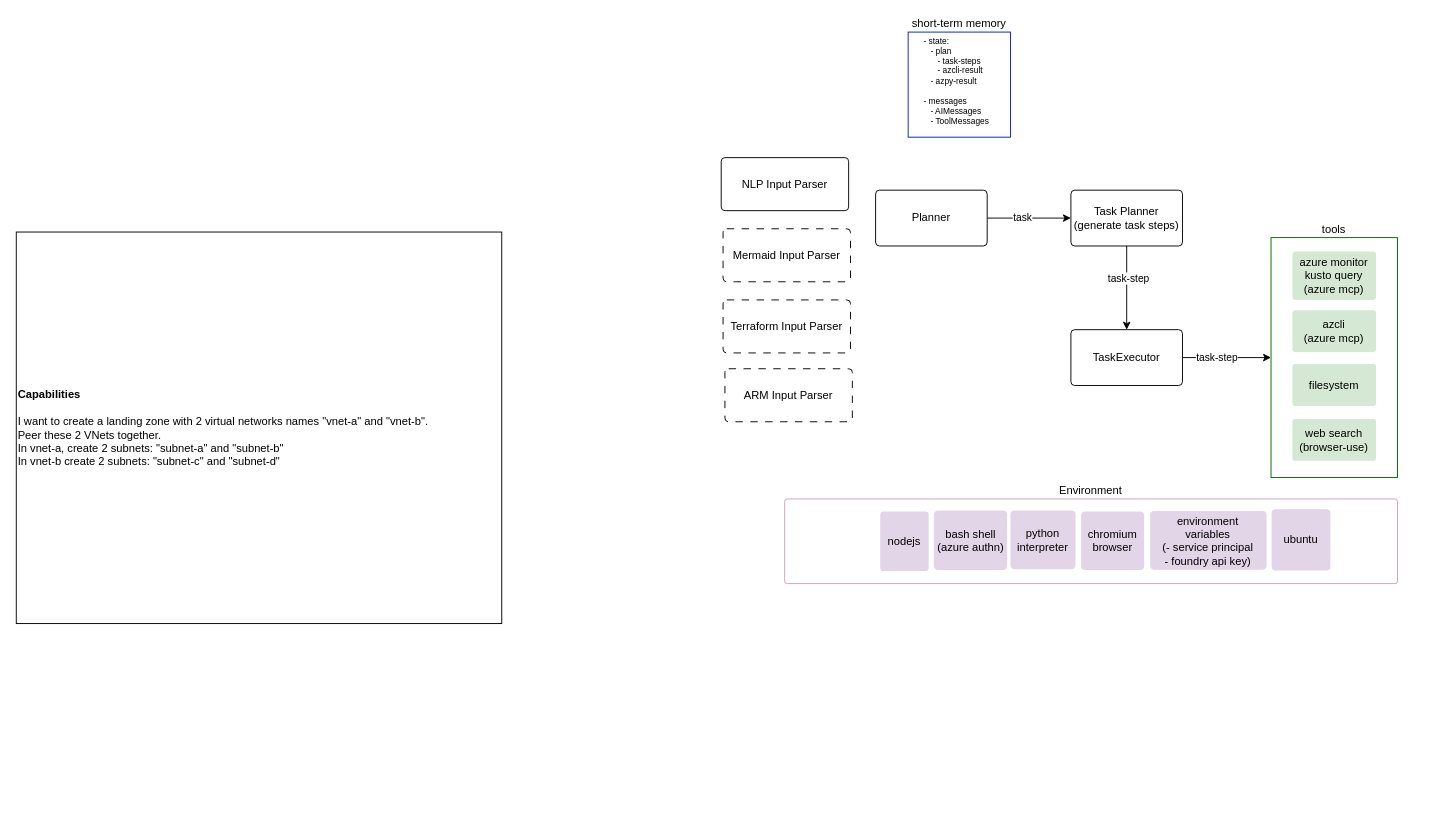
weixian-zhang/lena.ai keeps this draw.io diagram as docs/system_design.drawio. Above is the earlier version. Source tidied: cells renumbered, new cells numbered last; positions are measured from the earlier drawing's top-left corner, leaving out a move shared by most shapes. Both pictures are drawn from the tidied source at 93%, with x=0, y=0 at pixel (16, 32).
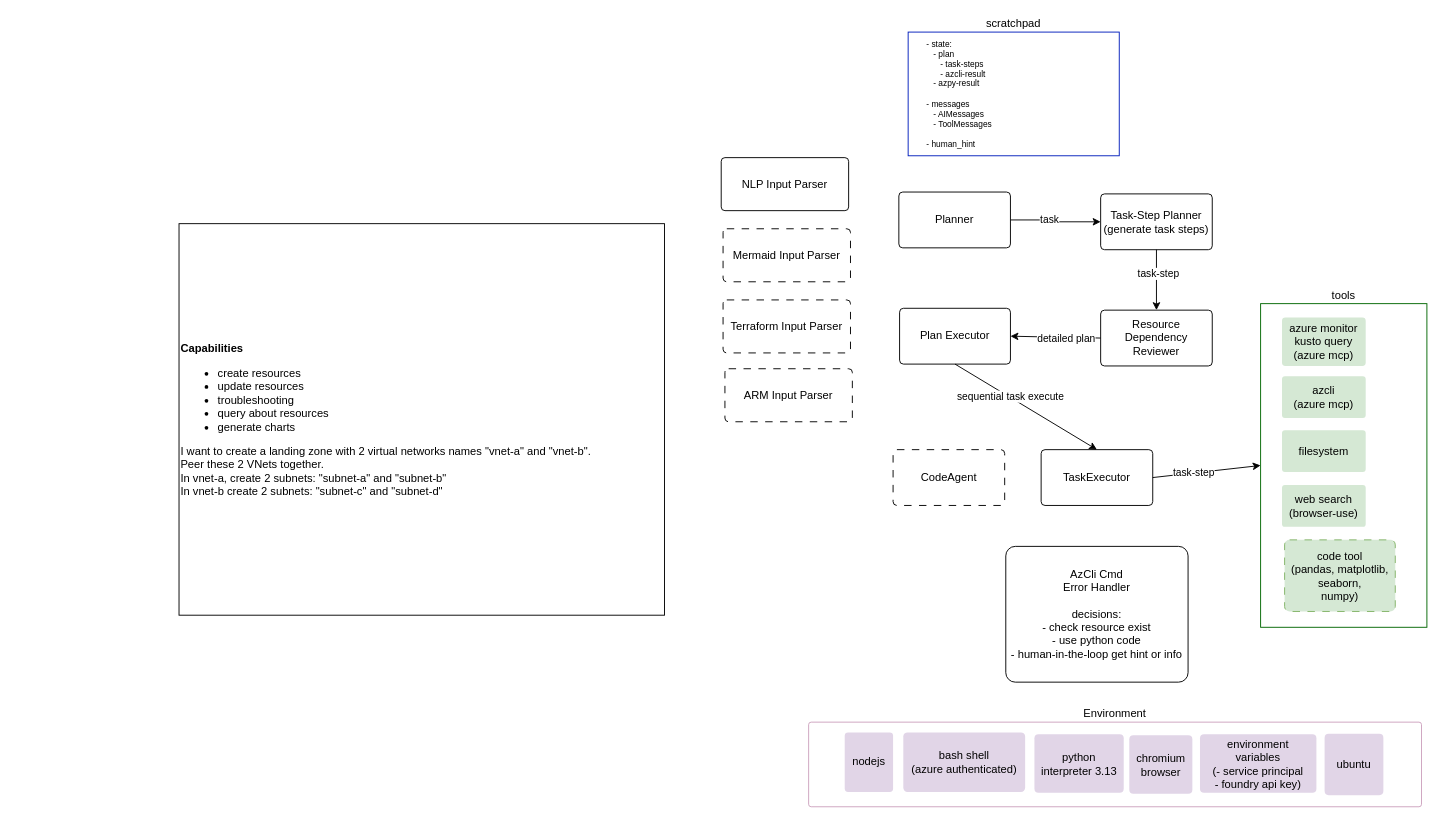
Above is the later version.

Commit message (it also covers changes not shown here):
fixed az_shell to execute multiple commands with stdout and stderr read for each command

Change to the diagram source:
```diff
@@
-    <mxCell id="2" value="short-term memory" style="rounded=0;whiteSpace=wrap;html=1;fillColor=none;labelPosition=center;verticalLabelPosition=top;align=center;verticalAlign=bottom;strokeColor=#001DBC;fontColor=#000000;" parent="1" vertex="1">
-      <mxGeometry x="959" width="110" height="113" as="geometry" />
+    <mxCell id="2" value="scratchpad" style="rounded=0;whiteSpace=wrap;html=1;fillColor=none;labelPosition=center;verticalLabelPosition=top;align=center;verticalAlign=bottom;strokeColor=#001DBC;fontColor=#000000;" parent="1" vertex="1">
+      <mxGeometry x="959" width="227" height="133" as="geometry" />
     </mxCell>
     <mxCell id="3" value="tools" style="rounded=0;whiteSpace=wrap;html=1;fillColor=none;labelPosition=center;verticalLabelPosition=top;align=center;verticalAlign=bottom;strokeColor=#006600;" parent="1" vertex="1">
-      <mxGeometry x="1349.2" y="221" width="136" height="258" as="geometry" />
+      <mxGeometry x="1338" y="292" width="178.8" height="348" as="geometry" />
     </mxCell>
     <mxCell id="4" value="Environment" style="rounded=1;whiteSpace=wrap;html=1;arcSize=3;fillColor=none;strokeColor=#CDA2BE;labelPosition=center;verticalLabelPosition=top;align=center;verticalAlign=bottom;" parent="1" vertex="1">
-      <mxGeometry x="826.2" y="502" width="659" height="91" as="geometry" />
+      <mxGeometry x="852" y="742" width="659" height="91" as="geometry" />
     </mxCell>
@@
     <mxCell id="7" value="Planner" style="rounded=1;whiteSpace=wrap;html=1;arcSize=7;" parent="1" vertex="1">
-      <mxGeometry x="924" y="170" width="120" height="60" as="geometry" />
+      <mxGeometry x="949" y="172" width="120" height="60" as="geometry" />
     </mxCell>
     <mxCell id="8" value="TaskExecutor" style="rounded=1;whiteSpace=wrap;html=1;arcSize=7;" parent="1" vertex="1">
-      <mxGeometry x="1134" y="320" width="120" height="60" as="geometry" />
+      <mxGeometry x="1102" y="449" width="120" height="60" as="geometry" />
     </mxCell>
     <mxCell id="9" value="azcli&lt;div&gt;(azure mcp)&lt;/div&gt;" style="rounded=1;whiteSpace=wrap;html=1;arcSize=7;fillColor=#d5e8d4;strokeColor=none;" parent="1" vertex="1">
-      <mxGeometry x="1372.2" y="299" width="90" height="45" as="geometry" />
+      <mxGeometry x="1361" y="370" width="90" height="45" as="geometry" />
     </mxCell>
     <mxCell id="10" value="filesystem" style="rounded=1;whiteSpace=wrap;html=1;arcSize=7;fillColor=#d5e8d4;strokeColor=none;" parent="1" vertex="1">
-      <mxGeometry x="1372.2" y="357" width="90" height="45" as="geometry" />
+      <mxGeometry x="1361" y="428" width="90" height="45" as="geometry" />
     </mxCell>
     <mxCell id="11" value="azure monitor&lt;div&gt;kusto query&lt;/div&gt;&lt;div&gt;(azure mcp)&lt;/div&gt;" style="rounded=1;whiteSpace=wrap;html=1;arcSize=7;fillColor=#d5e8d4;strokeColor=none;" parent="1" vertex="1">
-      <mxGeometry x="1372.2" y="236" width="90" height="52" as="geometry" />
+      <mxGeometry x="1361" y="307" width="90" height="52" as="geometry" />
     </mxCell>
-    <mxCell id="12" value="bash shell&lt;div&gt;(azure authn)&lt;/div&gt;" style="rounded=1;whiteSpace=wrap;html=1;arcSize=7;fillColor=#e1d5e7;strokeColor=none;" parent="1" vertex="1">
-      <mxGeometry x="986.6" y="514.5" width="78.8" height="64" as="geometry" />
+    <mxCell id="12" value="bash shell&lt;div&gt;(azure authenticated)&lt;/div&gt;" style="rounded=1;whiteSpace=wrap;html=1;arcSize=7;fillColor=#e1d5e7;strokeColor=none;" parent="1" vertex="1">
+      <mxGeometry x="953.8" y="753" width="131" height="64" as="geometry" />
     </mxCell>
-    <mxCell id="13" value="python&lt;div&gt;interpreter&lt;/div&gt;" style="rounded=1;whiteSpace=wrap;html=1;arcSize=7;fillColor=#e1d5e7;strokeColor=none;" parent="1" vertex="1">
-      <mxGeometry x="1069" y="514.5" width="70" height="63" as="geometry" />
+    <mxCell id="13" value="python&lt;div&gt;interpreter&amp;nbsp;&lt;span style=&quot;background-color: transparent; color: light-dark(rgb(0, 0, 0), rgb(255, 255, 255));&quot;&gt;3.13&lt;/span&gt;&lt;/div&gt;" style="rounded=1;whiteSpace=wrap;html=1;arcSize=7;fillColor=#e1d5e7;strokeColor=none;" parent="1" vertex="1">
+      <mxGeometry x="1094.8" y="755" width="96" height="63" as="geometry" />
     </mxCell>
     <mxCell id="14" value="ubuntu" style="rounded=1;whiteSpace=wrap;html=1;arcSize=7;fillColor=#e1d5e7;strokeColor=none;" parent="1" vertex="1">
-      <mxGeometry x="1349.8" y="513" width="63.2" height="66" as="geometry" />
+      <mxGeometry x="1406.8" y="754.5" width="63.2" height="66" as="geometry" />
     </mxCell>
-    <mxCell id="15" value="Task Planner&lt;div&gt;(generate task steps)&lt;/div&gt;" style="rounded=1;whiteSpace=wrap;html=1;arcSize=7;" parent="1" vertex="1">
-      <mxGeometry x="1134" y="170" width="120" height="60" as="geometry" />
+    <mxCell id="15" value="Task-Step Planner&lt;div&gt;(generate task steps)&lt;/div&gt;" style="rounded=1;whiteSpace=wrap;html=1;arcSize=7;" parent="1" vertex="1">
+      <mxGeometry x="1166" y="174" width="120" height="60" as="geometry" />
     </mxCell>
     <mxCell id="16" value="chromium&lt;div&gt;browser&lt;/div&gt;" style="rounded=1;whiteSpace=wrap;html=1;arcSize=7;fillColor=#e1d5e7;strokeColor=none;" parent="1" vertex="1">
-      <mxGeometry x="1145" y="515.5" width="67.8" height="63" as="geometry" />
+      <mxGeometry x="1196.8" y="756" width="67.8" height="63" as="geometry" />
     </mxCell>
     <mxCell id="17" value="&lt;div&gt;web search&lt;/div&gt;(browser-use)" style="rounded=1;whiteSpace=wrap;html=1;arcSize=7;fillColor=#d5e8d4;strokeColor=none;" parent="1" vertex="1">
-      <mxGeometry x="1372.2" y="416" width="90" height="45" as="geometry" />
+      <mxGeometry x="1361" y="487" width="90" height="45" as="geometry" />
     </mxCell>
     <mxCell id="18" value="environment&lt;div&gt;variables&lt;/div&gt;&lt;div&gt;(- service principal&lt;/div&gt;&lt;div&gt;- foundry api key)&lt;/div&gt;" style="rounded=1;whiteSpace=wrap;html=1;arcSize=7;fillColor=#e1d5e7;strokeColor=none;" parent="1" vertex="1">
-      <mxGeometry x="1219.2" y="515" width="125.2" height="63" as="geometry" />
+      <mxGeometry x="1272.8" y="755" width="125.2" height="63" as="geometry" />
     </mxCell>
-    <mxCell id="19" value="&lt;div&gt;&lt;b&gt;Capabilities&lt;/b&gt;&lt;/div&gt;&lt;div&gt;&lt;br&gt;&lt;/div&gt;I want to create a landing zone with 2 virtual networks names &quot;vnet-a&quot; and &quot;vnet-b&quot;.&lt;div&gt;Peer these 2 VNets together.&lt;/div&gt;&lt;div&gt;In vnet-a, create 2 subnets: &quot;subnet-a&quot; and &quot;subnet-b&quot;&lt;/div&gt;&lt;div&gt;In vnet-b create 2 subnets: &quot;subnet-c&quot; and &quot;subnet-d&quot;&lt;/div&gt;" style="text;html=1;whiteSpace=wrap;strokeColor=default;fillColor=none;align=left;verticalAlign=middle;rounded=0;labelPosition=center;verticalLabelPosition=middle;" parent="1" vertex="1">
-      <mxGeometry y="215" width="522" height="421" as="geometry" />
+    <mxCell id="19" value="&lt;div&gt;&lt;b&gt;Capabilities&lt;/b&gt;&lt;/div&gt;&lt;div&gt;&lt;ul&gt;&lt;li&gt;create resources&lt;/li&gt;&lt;li&gt;update resources&lt;/li&gt;&lt;li&gt;troubleshooting&lt;/li&gt;&lt;li&gt;query about resources&lt;/li&gt;&lt;li&gt;generate charts&lt;/li&gt;&lt;/ul&gt;&lt;/div&gt;I want to create a landing zone with 2 virtual networks names &quot;vnet-a&quot; and &quot;vnet-b&quot;.&lt;div&gt;Peer these 2 VNets together.&lt;/div&gt;&lt;div&gt;In vnet-a, create 2 subnets: &quot;subnet-a&quot; and &quot;subnet-b&quot;&lt;/div&gt;&lt;div&gt;In vnet-b create 2 subnets: &quot;subnet-c&quot; and &quot;subnet-d&quot;&lt;/div&gt;" style="text;html=1;whiteSpace=wrap;strokeColor=default;fillColor=none;align=left;verticalAlign=middle;rounded=0;labelPosition=center;verticalLabelPosition=middle;" parent="1" vertex="1">
+      <mxGeometry x="175" y="206" width="522" height="421" as="geometry" />
     </mxCell>
@@
-    <mxCell id="24" value="&lt;div&gt;- state:&lt;/div&gt;&amp;nbsp; &amp;nbsp;- plan&lt;div&gt;&amp;nbsp; &amp;nbsp; &amp;nbsp; - task-steps&lt;/div&gt;&lt;div&gt;&amp;nbsp; &amp;nbsp;&lt;span style=&quot;background-color: transparent; color: light-dark(rgb(0, 0, 0), rgb(255, 255, 255));&quot;&gt;&amp;nbsp; &amp;nbsp;- azcli-result&lt;/span&gt;&lt;/div&gt;&lt;div&gt;&amp;nbsp; &amp;nbsp;- azpy-result&lt;/div&gt;&lt;div&gt;&lt;br&gt;&lt;/div&gt;&lt;div&gt;- messages&lt;/div&gt;&lt;div&gt;&amp;nbsp; &amp;nbsp;- AIMessages&lt;/div&gt;&lt;div&gt;&amp;nbsp; &amp;nbsp;- ToolMessages&lt;/div&gt;" style="text;html=1;whiteSpace=wrap;strokeColor=none;fillColor=none;align=left;verticalAlign=middle;rounded=0;fontSize=9;" parent="1" vertex="1">
-      <mxGeometry x="974" y="14" width="104" height="78" as="geometry" />
+    <mxCell id="24" value="&lt;div&gt;- state:&lt;/div&gt;&amp;nbsp; &amp;nbsp;- plan&lt;div&gt;&amp;nbsp; &amp;nbsp; &amp;nbsp; - task-steps&lt;/div&gt;&lt;div&gt;&amp;nbsp; &amp;nbsp;&lt;span style=&quot;background-color: transparent; color: light-dark(rgb(0, 0, 0), rgb(255, 255, 255));&quot;&gt;&amp;nbsp; &amp;nbsp;- azcli-result&lt;/span&gt;&lt;/div&gt;&lt;div&gt;&amp;nbsp; &amp;nbsp;- azpy-result&lt;/div&gt;&lt;div&gt;&lt;br&gt;&lt;/div&gt;&lt;div&gt;- messages&lt;/div&gt;&lt;div&gt;&amp;nbsp; &amp;nbsp;- AIMessages&lt;/div&gt;&lt;div&gt;&amp;nbsp; &amp;nbsp;- ToolMessages&lt;/div&gt;&lt;div&gt;&lt;br&gt;&lt;/div&gt;&lt;div&gt;- human_hint&lt;/div&gt;" style="text;html=1;whiteSpace=wrap;strokeColor=none;fillColor=none;align=left;verticalAlign=middle;rounded=0;fontSize=9;" parent="1" vertex="1">
+      <mxGeometry x="977" y="27.5" width="104" height="78" as="geometry" />
     </mxCell>
-    <mxCell id="25" style="endArrow=classic;html=1;rounded=0;entryX=0.5;entryY=0;entryDx=0;entryDy=0;exitX=0.5;exitY=1;exitDx=0;exitDy=0;" parent="1" edge="1" source="15" target="8">
+    <mxCell id="25" style="endArrow=classic;html=1;rounded=0;entryX=0.5;entryY=0;entryDx=0;entryDy=0;exitX=0.5;exitY=1;exitDx=0;exitDy=0;" parent="1" edge="1" source="15" target="30">
       <mxGeometry relative="1" as="geometry" />
     </mxCell>
@@
     <mxCell id="29" value="nodejs" style="rounded=1;whiteSpace=wrap;html=1;arcSize=7;fillColor=#e1d5e7;strokeColor=none;" parent="1" vertex="1">
-      <mxGeometry x="929" y="515.5" width="52" height="64" as="geometry" />
+      <mxGeometry x="890.8" y="753" width="52" height="64" as="geometry" />
     </mxCell>
+    <mxCell id="30" value="Resource Dependency&lt;div&gt;Reviewer&lt;/div&gt;" style="rounded=1;whiteSpace=wrap;html=1;arcSize=7;" parent="1" vertex="1">
+      <mxGeometry x="1166" y="299" width="120" height="60" as="geometry" />
+    </mxCell>
+    <mxCell id="31" value="CodeAgent" style="rounded=1;whiteSpace=wrap;html=1;arcSize=7;dashed=1;dashPattern=8 8;" parent="1" vertex="1">
+      <mxGeometry x="942.8" y="449" width="120" height="60" as="geometry" />
+    </mxCell>
+    <mxCell id="32" value="code tool&lt;div&gt;(pandas, matplotlib,&lt;/div&gt;&lt;div&gt;seaborn,&lt;/div&gt;&lt;div&gt;numpy)&lt;/div&gt;" style="rounded=1;whiteSpace=wrap;html=1;arcSize=7;dashed=1;dashPattern=8 8;fillColor=#d5e8d4;strokeColor=#82b366;" parent="1" vertex="1">
+      <mxGeometry x="1363.8" y="546" width="119" height="77" as="geometry" />
+    </mxCell>
+    <mxCell id="33" value="Plan Executor" style="rounded=1;whiteSpace=wrap;html=1;arcSize=7;" parent="1" vertex="1">
+      <mxGeometry x="949.8" y="297" width="119.2" height="60" as="geometry" />
+    </mxCell>
+    <mxCell id="34" style="endArrow=classic;html=1;rounded=0;exitX=0;exitY=0.5;exitDx=0;exitDy=0;entryX=1;entryY=0.5;entryDx=0;entryDy=0;" parent="1" edge="1" source="30" target="33">
+      <mxGeometry relative="1" as="geometry" />
+    </mxCell>
+    <mxCell id="35" value="detailed plan" style="edgeLabel;html=1;align=center;verticalAlign=middle;" parent="34" vertex="1">
+      <mxGeometry x="-0.24" y="1" relative="1" as="geometry" />
+    </mxCell>
+    <mxCell id="36" style="endArrow=classic;html=1;rounded=0;entryX=0.5;entryY=0;entryDx=0;entryDy=0;exitX=0.5;exitY=1;exitDx=0;exitDy=0;" parent="1" edge="1" source="33" target="8">
+      <mxGeometry relative="1" as="geometry" />
+    </mxCell>
+    <mxCell id="37" value="sequential task execute" style="edgeLabel;html=1;align=center;verticalAlign=middle;" parent="36" vertex="1">
+      <mxGeometry x="-0.24" y="1" relative="1" as="geometry" />
+    </mxCell>
+    <mxCell id="38" value="AzCli Cmd&lt;div&gt;Error Handler&lt;/div&gt;&lt;div&gt;&lt;br&gt;&lt;/div&gt;&lt;div&gt;decisions:&lt;/div&gt;&lt;div&gt;- check resource exist&lt;/div&gt;&lt;div&gt;- use python code&lt;/div&gt;&lt;div&gt;- human-in-the-loop get hint or info&lt;/div&gt;" style="rounded=1;whiteSpace=wrap;html=1;arcSize=7;" parent="1" vertex="1">
+      <mxGeometry x="1064" y="553" width="196" height="146" as="geometry" />
+    </mxCell>
```
